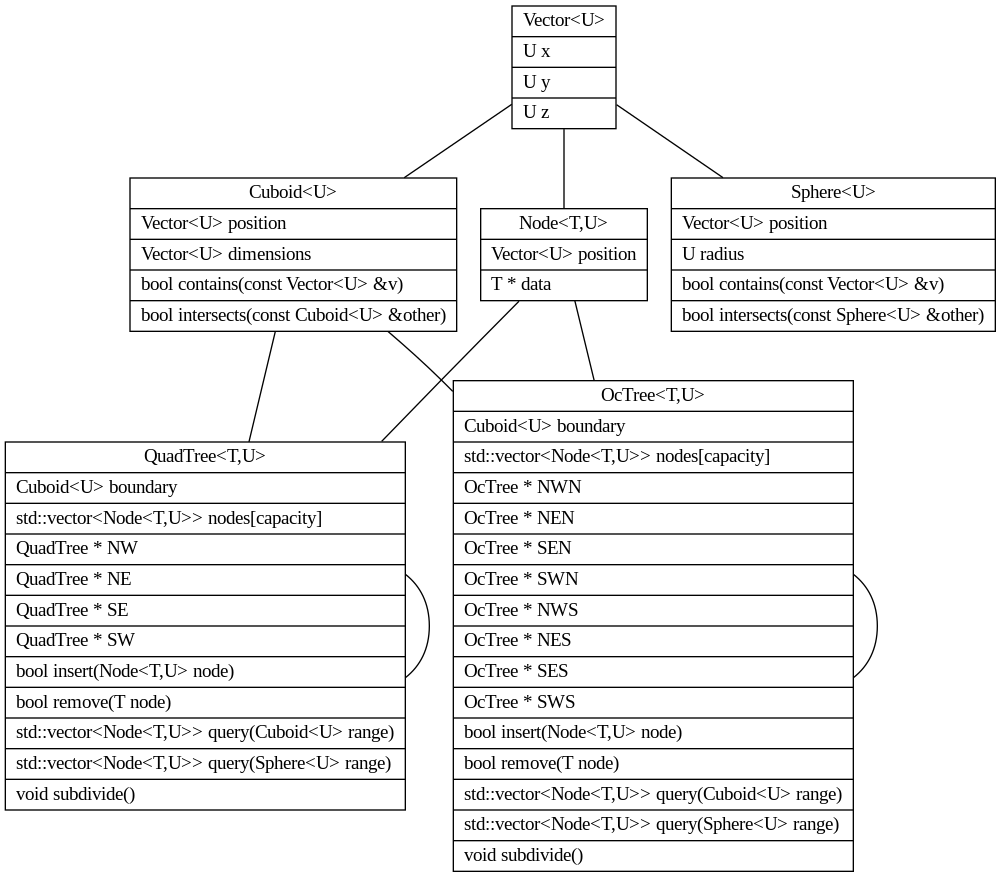
Before: doc/classes.dot.png, a diagram exported from Graphviz (pvorselaars/spatial-tree). Its source is kept beside it as doc/classes.dot.
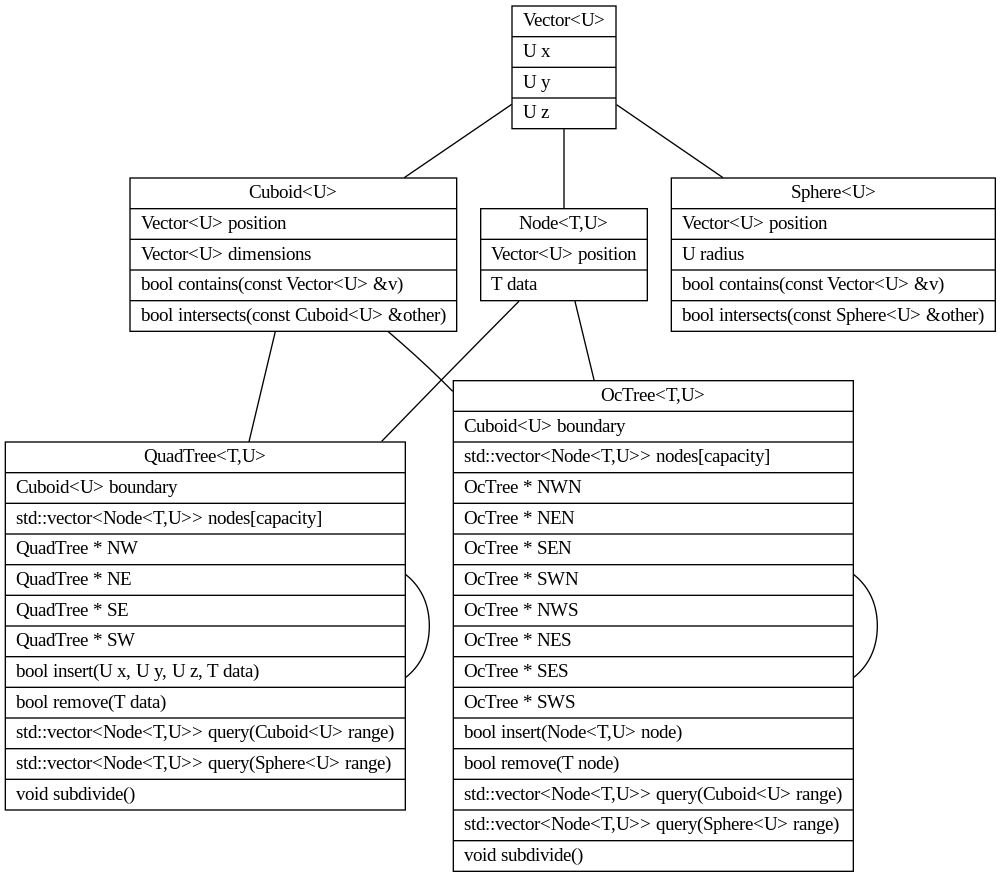
Above is the later version.

Diff of the diagram source:
```diff
@@ -10,7 +10,7 @@
 
 	Element [label="{Node\<T,U\>|
 			  Vector\<U\> position\l|
-			  T * data\l}"]
+			  T data\l}"]
 
 	Sphere [label="{Sphere\<U\>|
 			Vector\<U\> position\l|
@@ -31,8 +31,8 @@
 			   QuadTree * NE\l|
 			   QuadTree * SE\l|
 			   QuadTree * SW\l|
-			   bool insert(Node\<T,U\> node)\l|
-			   bool remove(T node)\l|
+			   bool insert(U x, U y, U z, T data)\l|
+			   bool remove(T data)\l|
 			   std::vector\<Node\<T,U\>\> query(Cuboid\<U\> range)\l|
 			   std::vector\<Node\<T,U\>\> query(Sphere\<U\> range)\l|
 			   void subdivide()\l}"]
```
